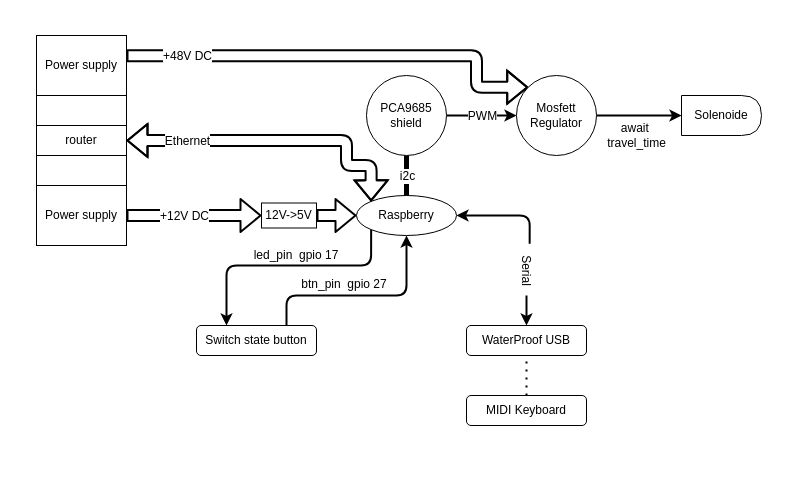
Above: ressources/diagram_hardware.drawio in lan-ensad/cloches-sous-tension (draw.io), before the change. Source tidied: cells renumbered, new cells numbered last; positions are measured from the earlier drawing's top-left corner, leaving out a move shared by most shapes. Both pictures are drawn from the tidied source at 100%, with x=0, y=0 at pixel (36, 35).
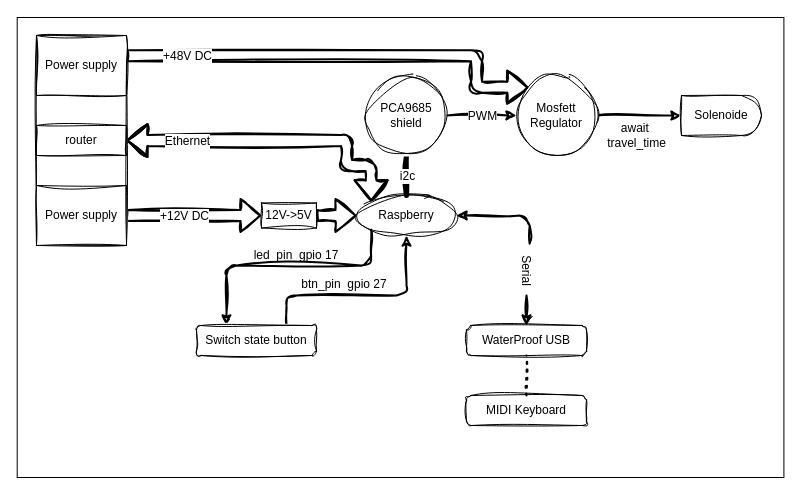
The same diagram, later.

What changed in the source:
```diff
@@
-<mxGraphModel background="#ffffff">
+<mxGraphModel>
@@
+    <mxCell id="35" style="rounded=0;whiteSpace=wrap;html=1;hachureGap=4;fontFamily=Architects Daughter;fontSize=20;" parent="1" vertex="1">
+      <mxGeometry x="-19.3" y="-18" width="766.7" height="460" as="geometry" />
+    </mxCell>
-    <mxCell id="2" value="Raspberry" style="ellipse;whiteSpace=wrap;html=1;align=center;newEdgeStyle={&quot;edgeStyle&quot;:&quot;entityRelationEdgeStyle&quot;,&quot;startArrow&quot;:&quot;none&quot;,&quot;endArrow&quot;:&quot;none&quot;,&quot;segment&quot;:10,&quot;curved&quot;:1,&quot;sourcePerimeterSpacing&quot;:0,&quot;targetPerimeterSpacing&quot;:0};" parent="1" vertex="1">
+    <mxCell id="2" value="Raspberry" style="ellipse;whiteSpace=wrap;html=1;align=center;newEdgeStyle={&quot;edgeStyle&quot;:&quot;entityRelationEdgeStyle&quot;,&quot;startArrow&quot;:&quot;none&quot;,&quot;endArrow&quot;:&quot;none&quot;,&quot;segment&quot;:10,&quot;curved&quot;:1,&quot;sourcePerimeterSpacing&quot;:0,&quot;targetPerimeterSpacing&quot;:0};sketch=1;curveFitting=1;jiggle=2;" parent="1" vertex="1">
       <mxGeometry x="320" y="160" width="100" height="40" as="geometry" />
     </mxCell>
-    <mxCell id="3" style="edgeStyle=orthogonalEdgeStyle;html=1;exitX=0.75;exitY=0;exitDx=0;exitDy=0;entryX=0.5;entryY=1;entryDx=0;entryDy=0;strokeWidth=2;fontSize=12;endArrow=classic;endFill=1;" parent="1" edge="1" source="5" target="2">
+    <mxCell id="3" style="edgeStyle=orthogonalEdgeStyle;html=1;exitX=0.75;exitY=0;exitDx=0;exitDy=0;entryX=0.5;entryY=1;entryDx=0;entryDy=0;strokeWidth=2;fontSize=12;endArrow=classic;endFill=1;sketch=1;curveFitting=1;jiggle=2;" parent="1" edge="1" source="5" target="2">
       <mxGeometry relative="1" as="geometry">
         <Array as="points">
           <mxPoint x="250" y="260" />
           <mxPoint x="370" y="260" />
         </Array>
       </mxGeometry>
     </mxCell>
-    <mxCell id="4" style="edgeStyle=orthogonalEdgeStyle;html=1;exitX=0.25;exitY=0;exitDx=0;exitDy=0;entryX=0;entryY=1;entryDx=0;entryDy=0;strokeWidth=2;fontSize=12;endArrow=none;endFill=0;startArrow=classic;startFill=1;" parent="1" edge="1" source="5" target="2">
+    <mxCell id="4" style="edgeStyle=orthogonalEdgeStyle;html=1;exitX=0.25;exitY=0;exitDx=0;exitDy=0;entryX=0;entryY=1;entryDx=0;entryDy=0;strokeWidth=2;fontSize=12;endArrow=none;endFill=0;startArrow=classic;startFill=1;sketch=1;curveFitting=1;jiggle=2;" parent="1" edge="1" source="5" target="2">
       <mxGeometry relative="1" as="geometry">
         <Array as="points">
           <mxPoint x="190" y="230" />
           <mxPoint x="335" y="230" />
         </Array>
       </mxGeometry>
     </mxCell>
-    <mxCell id="5" value="&lt;font style=&quot;font-size: 12px;&quot;&gt;Switch state button&lt;/font&gt;" style="rounded=1;whiteSpace=wrap;html=1;fontSize=7;" parent="1" vertex="1">
+    <mxCell id="5" value="&lt;font style=&quot;font-size: 12px;&quot;&gt;Switch state button&lt;/font&gt;" style="rounded=1;whiteSpace=wrap;html=1;fontSize=7;sketch=1;curveFitting=1;jiggle=2;" parent="1" vertex="1">
       <mxGeometry x="160" y="290" width="120" height="30" as="geometry" />
     </mxCell>
-    <mxCell id="6" value="led_pin&amp;nbsp; gpio 17" style="text;strokeColor=none;align=center;fillColor=none;html=1;verticalAlign=middle;whiteSpace=wrap;rounded=0;fontSize=12;" parent="1" vertex="1">
+    <mxCell id="6" value="led_pin&amp;nbsp; gpio 17" style="text;strokeColor=none;align=center;fillColor=none;html=1;verticalAlign=middle;whiteSpace=wrap;rounded=0;fontSize=12;sketch=1;curveFitting=1;jiggle=2;" parent="1" vertex="1">
       <mxGeometry x="215" y="205" width="90" height="30" as="geometry" />
     </mxCell>
-    <mxCell id="7" value="btn_pin&amp;nbsp; gpio 27" style="text;strokeColor=none;align=center;fillColor=none;html=1;verticalAlign=middle;whiteSpace=wrap;rounded=0;fontSize=12;" parent="1" vertex="1">
+    <mxCell id="7" value="btn_pin&amp;nbsp; gpio 27" style="text;strokeColor=none;align=center;fillColor=none;html=1;verticalAlign=middle;whiteSpace=wrap;rounded=0;fontSize=12;sketch=1;curveFitting=1;jiggle=2;" parent="1" vertex="1">
       <mxGeometry x="263" y="234" width="90" height="30" as="geometry" />
     </mxCell>
-    <mxCell id="8" style="shape=flexArrow;endArrow=classic;html=1;strokeWidth=2;fontSize=12;entryX=0;entryY=0.5;entryDx=0;entryDy=0;exitX=1;exitY=0.5;exitDx=0;exitDy=0;" parent="1" edge="1" source="31" target="12">
+    <mxCell id="8" style="shape=flexArrow;endArrow=classic;html=1;strokeWidth=2;fontSize=12;entryX=0;entryY=0.5;entryDx=0;entryDy=0;exitX=1;exitY=0.5;exitDx=0;exitDy=0;sketch=1;curveFitting=1;jiggle=2;" parent="1" edge="1" source="31" target="12">
       <mxGeometry relative="1" as="geometry" />
     </mxCell>
-    <mxCell id="9" value="+12V DC" style="edgeLabel;html=1;align=center;verticalAlign=middle;fontSize=12;" parent="8" vertex="1">
+    <mxCell id="9" value="+12V DC" style="edgeLabel;html=1;align=center;verticalAlign=middle;fontSize=12;sketch=1;curveFitting=1;jiggle=2;" parent="8" vertex="1">
       <mxGeometry x="0.19" y="-1" relative="1" as="geometry">
         <mxPoint x="-23" y="-1" as="offset" />
       </mxGeometry>
     </mxCell>
-    <mxCell id="10" style="shape=flexArrow;endArrow=classic;html=1;strokeWidth=2;fontSize=12;entryX=0;entryY=0;entryDx=0;entryDy=0;edgeStyle=orthogonalEdgeStyle;exitX=1;exitY=0.337;exitDx=0;exitDy=0;exitPerimeter=0;" parent="1" edge="1" source="29" target="21">
+    <mxCell id="10" style="shape=flexArrow;endArrow=classic;html=1;strokeWidth=2;fontSize=12;entryX=0;entryY=0;entryDx=0;entryDy=0;edgeStyle=orthogonalEdgeStyle;exitX=1;exitY=0.337;exitDx=0;exitDy=0;exitPerimeter=0;sketch=1;curveFitting=1;jiggle=2;" parent="1" edge="1" source="29" target="21">
       <mxGeometry relative="1" as="geometry">
         <Array as="points">
           <mxPoint x="440" y="20" />
           <mxPoint x="440" y="52" />
         </Array>
       </mxGeometry>
     </mxCell>
-    <mxCell id="11" value="+48V DC" style="edgeLabel;html=1;align=center;verticalAlign=middle;fontSize=12;" parent="10" vertex="1">
+    <mxCell id="11" value="+48V DC" style="edgeLabel;html=1;align=center;verticalAlign=middle;fontSize=12;sketch=1;curveFitting=1;jiggle=2;" parent="10" vertex="1">
       <mxGeometry x="0.19" y="-1" relative="1" as="geometry">
         <mxPoint x="-198" y="-1" as="offset" />
       </mxGeometry>
     </mxCell>
-    <mxCell id="12" value="12V-&amp;gt;5V" style="rounded=0;whiteSpace=wrap;html=1;fontSize=12;" parent="1" vertex="1">
+    <mxCell id="12" value="12V-&amp;gt;5V" style="rounded=0;whiteSpace=wrap;html=1;fontSize=12;sketch=1;curveFitting=1;jiggle=2;" parent="1" vertex="1">
       <mxGeometry x="225" y="167.5" width="55" height="25" as="geometry" />
     </mxCell>
-    <mxCell id="13" style="shape=flexArrow;endArrow=classic;html=1;strokeWidth=2;fontSize=12;exitX=1;exitY=0.5;exitDx=0;exitDy=0;" parent="1" edge="1" source="12">
+    <mxCell id="13" style="shape=flexArrow;endArrow=classic;html=1;strokeWidth=2;fontSize=12;exitX=1;exitY=0.5;exitDx=0;exitDy=0;sketch=1;curveFitting=1;jiggle=2;" parent="1" edge="1" source="12">
       <mxGeometry relative="1" as="geometry">
         <mxPoint x="320" y="180" as="targetPoint" />
       </mxGeometry>
     </mxCell>
-    <mxCell id="14" value="&lt;font style=&quot;font-size: 12px;&quot;&gt;WaterProof USB&lt;br&gt;&lt;/font&gt;" style="rounded=1;whiteSpace=wrap;html=1;fontSize=7;" parent="1" vertex="1">
+    <mxCell id="14" value="&lt;font style=&quot;font-size: 12px;&quot;&gt;WaterProof USB&lt;br&gt;&lt;/font&gt;" style="rounded=1;whiteSpace=wrap;html=1;fontSize=7;sketch=1;curveFitting=1;jiggle=2;" parent="1" vertex="1">
       <mxGeometry x="430" y="290" width="120" height="30" as="geometry" />
     </mxCell>
-    <mxCell id="15" style="endArrow=none;html=1;strokeWidth=5;fontSize=12;exitX=0.5;exitY=0;exitDx=0;exitDy=0;entryX=0.5;entryY=1;entryDx=0;entryDy=0;endFill=0;" parent="1" edge="1" source="2">
+    <mxCell id="15" style="endArrow=none;html=1;strokeWidth=5;fontSize=12;exitX=0.5;exitY=0;exitDx=0;exitDy=0;entryX=0.5;entryY=1;entryDx=0;entryDy=0;endFill=0;sketch=1;curveFitting=1;jiggle=2;" parent="1" edge="1" source="2">
       <mxGeometry relative="1" as="geometry">
         <mxPoint x="370" y="120" as="targetPoint" />
       </mxGeometry>
     </mxCell>
-    <mxCell id="16" value="i2c" style="edgeLabel;html=1;align=center;verticalAlign=middle;fontSize=12;" parent="15" vertex="1">
+    <mxCell id="16" value="i2c" style="edgeLabel;html=1;align=center;verticalAlign=middle;fontSize=12;sketch=1;curveFitting=1;jiggle=2;" parent="15" vertex="1">
       <mxGeometry relative="1" as="geometry" />
     </mxCell>
-    <mxCell id="17" style="edgeStyle=orthogonalEdgeStyle;html=1;exitX=-0.036;exitY=0.395;exitDx=0;exitDy=0;entryX=1;entryY=0.5;entryDx=0;entryDy=0;strokeWidth=2;fontSize=12;endArrow=classic;endFill=1;startArrow=none;startFill=1;exitPerimeter=0;" parent="1" edge="1" source="33" target="2">
+    <mxCell id="17" style="edgeStyle=orthogonalEdgeStyle;html=1;exitX=-0.036;exitY=0.395;exitDx=0;exitDy=0;entryX=1;entryY=0.5;entryDx=0;entryDy=0;strokeWidth=2;fontSize=12;endArrow=classic;endFill=1;startArrow=none;startFill=1;exitPerimeter=0;sketch=1;curveFitting=1;jiggle=2;" parent="1" edge="1" source="33" target="2">
       <mxGeometry relative="1" as="geometry">
         <Array as="points">
           <mxPoint x="493" y="180" />
         </Array>
       </mxGeometry>
     </mxCell>
-    <mxCell id="18" value="&lt;font style=&quot;font-size: 12px;&quot;&gt;MIDI Keyboard&lt;br&gt;&lt;/font&gt;" style="rounded=1;whiteSpace=wrap;html=1;fontSize=7;" parent="1" vertex="1">
+    <mxCell id="18" value="&lt;font style=&quot;font-size: 12px;&quot;&gt;MIDI Keyboard&lt;br&gt;&lt;/font&gt;" style="rounded=1;whiteSpace=wrap;html=1;fontSize=7;sketch=1;curveFitting=1;jiggle=2;" parent="1" vertex="1">
       <mxGeometry x="430" y="360" width="120" height="30" as="geometry" />
     </mxCell>
-    <mxCell id="19" style="endArrow=none;dashed=1;html=1;dashPattern=1 3;strokeWidth=2;fontSize=12;fillColor=default;entryX=0.5;entryY=1;entryDx=0;entryDy=0;exitX=0.5;exitY=0;exitDx=0;exitDy=0;" parent="1" edge="1" source="18" target="14">
+    <mxCell id="19" style="endArrow=none;dashed=1;html=1;dashPattern=1 3;strokeWidth=2;fontSize=12;fillColor=default;entryX=0.5;entryY=1;entryDx=0;entryDy=0;exitX=0.5;exitY=0;exitDx=0;exitDy=0;sketch=1;curveFitting=1;jiggle=2;" parent="1" edge="1" source="18" target="14">
       <mxGeometry relative="1" as="geometry" />
     </mxCell>
-    <mxCell id="20" style="edgeStyle=none;html=1;exitX=1;exitY=0.5;exitDx=0;exitDy=0;entryX=0;entryY=0.5;entryDx=0;entryDy=0;strokeWidth=2;fontSize=12;startArrow=none;startFill=0;endArrow=classic;endFill=1;fillColor=default;" parent="1" edge="1" source="21" target="22">
+    <mxCell id="20" style="edgeStyle=none;html=1;exitX=1;exitY=0.5;exitDx=0;exitDy=0;entryX=0;entryY=0.5;entryDx=0;entryDy=0;strokeWidth=2;fontSize=12;startArrow=none;startFill=0;endArrow=classic;endFill=1;fillColor=default;sketch=1;curveFitting=1;jiggle=2;" parent="1" edge="1" source="21" target="22">
       <mxGeometry relative="1" as="geometry" />
     </mxCell>
-    <mxCell id="21" value="Mosfett&lt;br&gt;Regulator" style="ellipse;whiteSpace=wrap;html=1;fontSize=12;" parent="1" vertex="1">
+    <mxCell id="21" value="Mosfett&lt;br&gt;Regulator" style="ellipse;whiteSpace=wrap;html=1;fontSize=12;sketch=1;curveFitting=1;jiggle=2;" parent="1" vertex="1">
       <mxGeometry x="480" y="40" width="80" height="80" as="geometry" />
     </mxCell>
-    <mxCell id="22" value="Solenoide" style="shape=delay;whiteSpace=wrap;html=1;fontSize=12;" parent="1" vertex="1">
+    <mxCell id="22" value="Solenoide" style="shape=delay;whiteSpace=wrap;html=1;fontSize=12;sketch=1;curveFitting=1;jiggle=2;" parent="1" vertex="1">
       <mxGeometry x="645" y="60" width="80" height="40" as="geometry" />
     </mxCell>
-    <mxCell id="23" style="endArrow=classic;html=1;strokeWidth=2;fontSize=12;exitX=1;exitY=0.5;exitDx=0;exitDy=0;entryX=0;entryY=0.5;entryDx=0;entryDy=0;" parent="1" edge="1" target="21">
+    <mxCell id="23" style="endArrow=classic;html=1;strokeWidth=2;fontSize=12;exitX=1;exitY=0.5;exitDx=0;exitDy=0;entryX=0;entryY=0.5;entryDx=0;entryDy=0;sketch=1;curveFitting=1;jiggle=2;" parent="1" edge="1" target="21">
       <mxGeometry relative="1" as="geometry">
         <mxPoint x="410" y="80" as="sourcePoint" />
       </mxGeometry>
     </mxCell>
-    <mxCell id="24" value="PWM" style="edgeLabel;html=1;align=center;verticalAlign=middle;fontSize=12;" parent="23" vertex="1">
+    <mxCell id="24" value="PWM" style="edgeLabel;html=1;align=center;verticalAlign=middle;fontSize=12;sketch=1;curveFitting=1;jiggle=2;" parent="23" vertex="1">
       <mxGeometry relative="1" as="geometry" />
     </mxCell>
-    <mxCell id="25" style="shape=flexArrow;endArrow=classic;html=1;strokeWidth=2;fontSize=12;entryX=0;entryY=0;entryDx=0;entryDy=0;edgeStyle=orthogonalEdgeStyle;startArrow=block;" parent="1" edge="1" source="30" target="2">
+    <mxCell id="25" style="shape=flexArrow;endArrow=classic;html=1;strokeWidth=2;fontSize=12;entryX=0;entryY=0;entryDx=0;entryDy=0;edgeStyle=orthogonalEdgeStyle;startArrow=block;sketch=1;curveFitting=1;jiggle=2;" parent="1" edge="1" source="30" target="2">
       <mxGeometry relative="1" as="geometry">
         <Array as="points">
           <mxPoint x="310" y="105" />
           <mxPoint x="310" y="130" />
           <mxPoint x="335" y="130" />
         </Array>
       </mxGeometry>
     </mxCell>
-    <mxCell id="26" value="Ethernet" style="edgeLabel;html=1;align=center;verticalAlign=middle;fontSize=12;" parent="25" vertex="1">
+    <mxCell id="26" value="Ethernet" style="edgeLabel;html=1;align=center;verticalAlign=middle;fontSize=12;sketch=1;curveFitting=1;jiggle=2;" parent="25" vertex="1">
       <mxGeometry x="0.19" y="-1" relative="1" as="geometry">
         <mxPoint x="-122" y="-1" as="offset" />
       </mxGeometry>
     </mxCell>
-    <mxCell id="27" value="await&amp;nbsp;&lt;br&gt;travel_time" style="text;html=1;align=center;verticalAlign=middle;strokeColor=none;fillColor=none;" parent="1" vertex="1">
+    <mxCell id="27" value="await&amp;nbsp;&lt;br&gt;travel_time" style="text;html=1;align=center;verticalAlign=middle;strokeColor=none;fillColor=none;sketch=1;curveFitting=1;jiggle=2;" parent="1" vertex="1">
       <mxGeometry x="560" y="80" width="80" height="40" as="geometry" />
     </mxCell>
-    <mxCell id="28" style="rounded=0;whiteSpace=wrap;html=1;" parent="1" vertex="1">
+    <mxCell id="28" style="rounded=0;whiteSpace=wrap;html=1;sketch=1;curveFitting=1;jiggle=2;" parent="1" vertex="1">
       <mxGeometry width="90" height="210" as="geometry" />
     </mxCell>
-    <mxCell id="29" value="Power supply" style="rounded=0;whiteSpace=wrap;html=1;" parent="1" vertex="1">
+    <mxCell id="29" value="Power supply" style="rounded=0;whiteSpace=wrap;html=1;sketch=1;curveFitting=1;jiggle=2;" parent="1" vertex="1">
       <mxGeometry width="90" height="60" as="geometry" />
     </mxCell>
-    <mxCell id="30" value="router" style="rounded=0;whiteSpace=wrap;html=1;" parent="1" vertex="1">
+    <mxCell id="30" value="router" style="rounded=0;whiteSpace=wrap;html=1;sketch=1;curveFitting=1;jiggle=2;" parent="1" vertex="1">
       <mxGeometry y="90" width="90" height="30" as="geometry" />
     </mxCell>
-    <mxCell id="31" value="Power supply" style="rounded=0;whiteSpace=wrap;html=1;" parent="1" vertex="1">
+    <mxCell id="31" value="Power supply" style="rounded=0;whiteSpace=wrap;html=1;sketch=1;curveFitting=1;jiggle=2;" parent="1" vertex="1">
       <mxGeometry y="150" width="90" height="60" as="geometry" />
     </mxCell>
-    <mxCell id="32" style="edgeStyle=orthogonalEdgeStyle;html=1;exitX=0.5;exitY=0;exitDx=0;exitDy=0;entryX=1;entryY=0.5;entryDx=0;entryDy=0;strokeWidth=2;fontSize=12;endArrow=none;endFill=1;startArrow=classic;startFill=1;" parent="1" edge="1" source="14" target="33">
+    <mxCell id="32" style="edgeStyle=orthogonalEdgeStyle;html=1;exitX=0.5;exitY=0;exitDx=0;exitDy=0;entryX=1;entryY=0.5;entryDx=0;entryDy=0;strokeWidth=2;fontSize=12;endArrow=none;endFill=1;startArrow=classic;startFill=1;sketch=1;curveFitting=1;jiggle=2;" parent="1" edge="1" source="14" target="33">
       <mxGeometry relative="1" as="geometry" />
     </mxCell>
-    <mxCell id="33" value="Serial" style="text;html=1;align=center;verticalAlign=middle;points=[];strokeColor=none;fillColor=none;rotation=90;" parent="1" vertex="1">
+    <mxCell id="33" value="Serial" style="text;html=1;align=center;verticalAlign=middle;points=[];strokeColor=none;fillColor=none;rotation=90;sketch=1;curveFitting=1;jiggle=2;" parent="1" vertex="1">
       <mxGeometry x="465" y="220" width="50" height="30" as="geometry" />
     </mxCell>
-    <mxCell id="34" value="PCA9685&lt;br&gt;shield" style="ellipse;whiteSpace=wrap;html=1;fontSize=12;" parent="1" vertex="1">
+    <mxCell id="34" value="PCA9685&lt;br&gt;shield" style="ellipse;whiteSpace=wrap;html=1;fontSize=12;sketch=1;curveFitting=1;jiggle=2;" parent="1" vertex="1">
       <mxGeometry x="330" y="40" width="80" height="80" as="geometry" />
     </mxCell>
```
